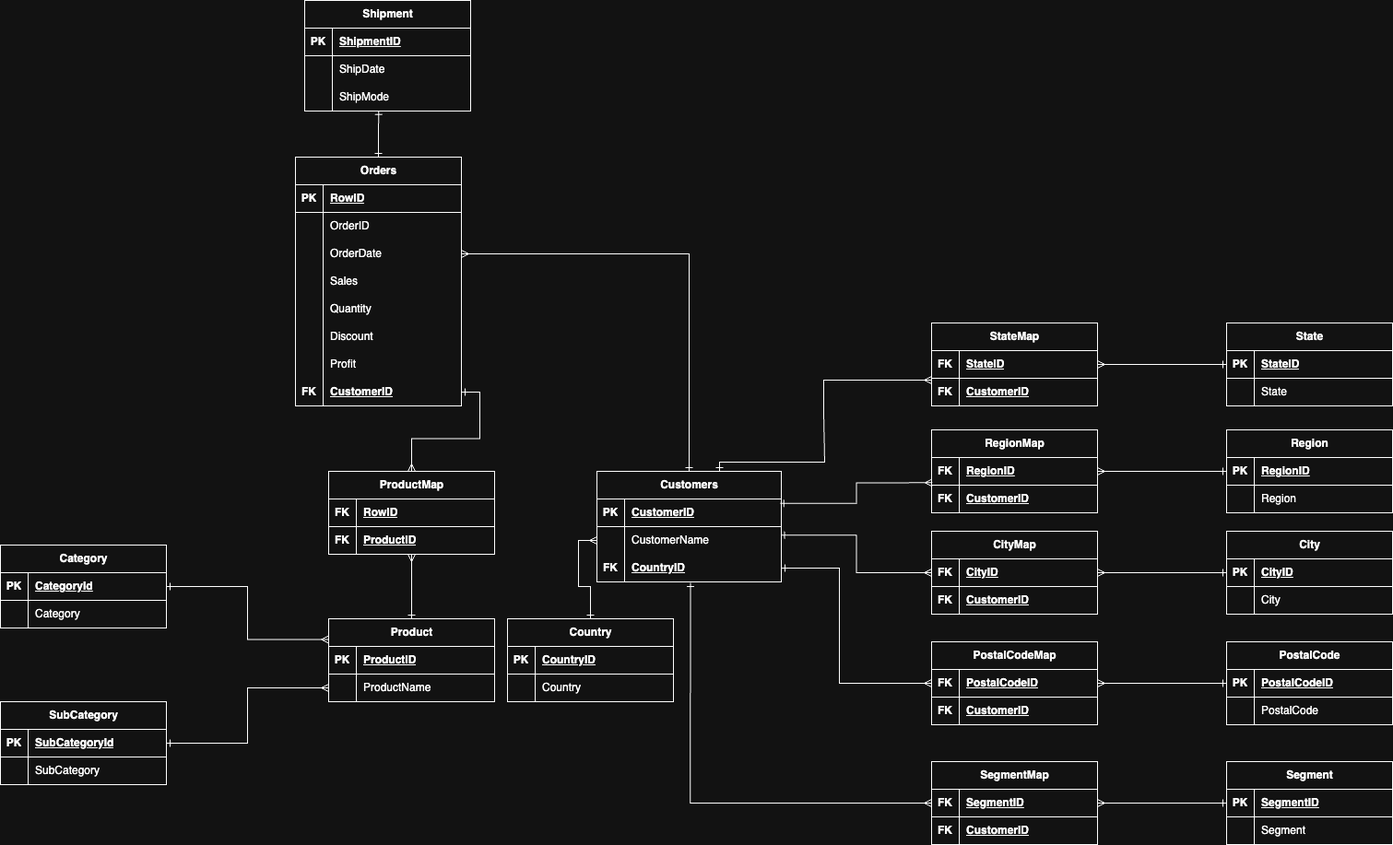
Above: superstore_erd.png in The-DigitalAcademy/superstore_dataset_analysis (draw.io), before the change. Source tidied: cells renumbered, new cells last; positions are measured from the earlier drawing's top-left corner, leaving out a move shared by most shapes.
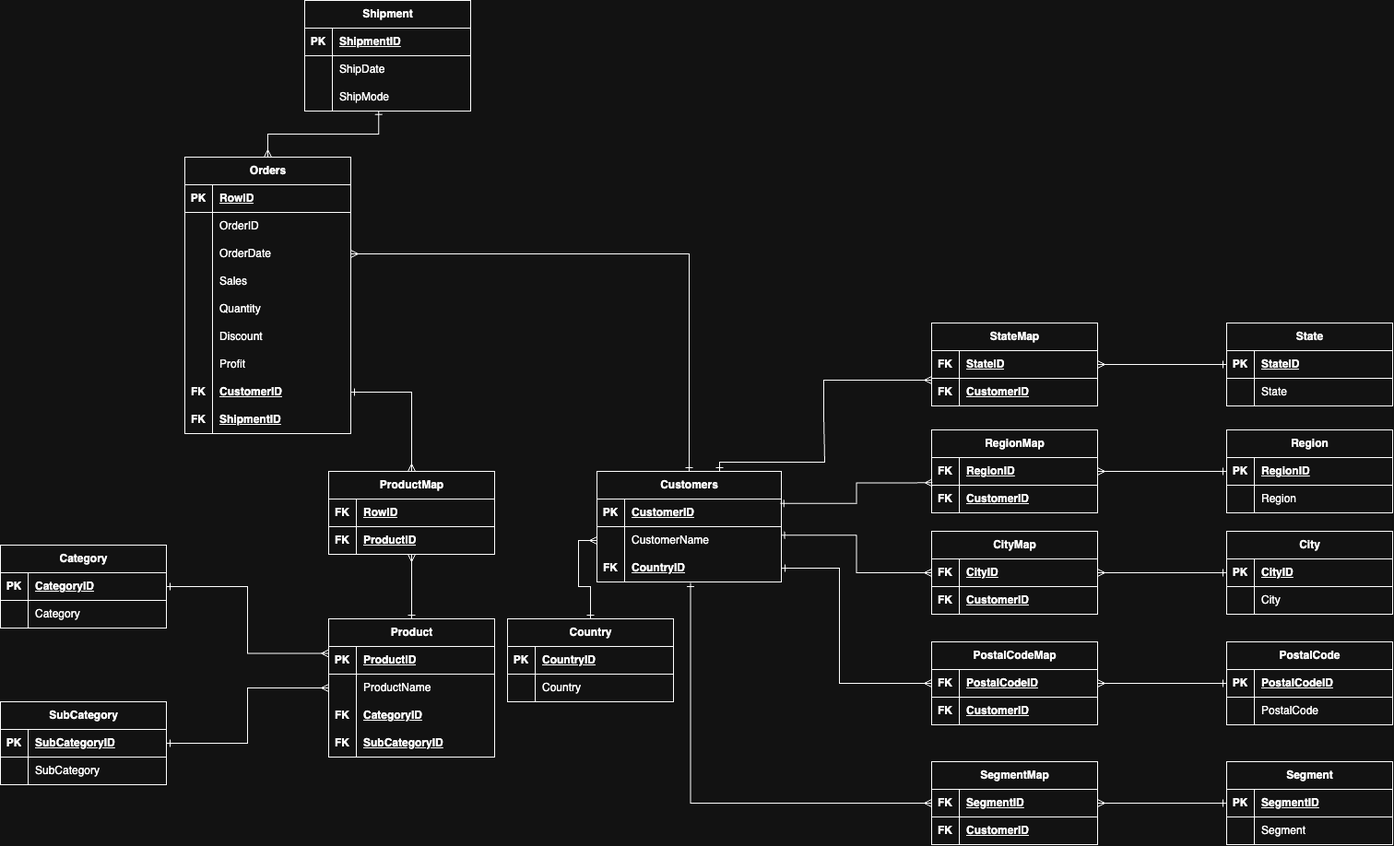
The same file after the commit.

What changed in the source:
```diff
@@ -33,7 +33,7 @@
       <mxGeometry x="30" width="170" height="30" as="geometry" />
     </mxCell>
     <mxCell id="12" value="Orders" style="shape=table;startSize=30;rowLines=0;fontStyle=1;align=center;html=1;" parent="1" vertex="1">
-      <mxGeometry x="320" y="170" width="180" height="270" as="geometry" />
+      <mxGeometry x="200" y="170" width="180" height="300" as="geometry" />
     </mxCell>
     <mxCell id="13" style="shape=tableRow;horizontal=0;startSize=0;swimlaneHead=0;swimlaneBody=0;fillColor=none;top=0;left=0;right=0;bottom=1;" parent="12" vertex="1">
       <mxGeometry y="30" width="180" height="30" as="geometry" />
@@ -107,11 +107,20 @@
     <mxCell id="36" value="&lt;b&gt;&lt;u&gt;CustomerID&lt;/u&gt;&lt;/b&gt;" style="shape=partialRectangle;fillColor=none;top=0;left=0;bottom=0;right=0;align=left;spacingLeft=6;overflow=hidden;whiteSpace=wrap;html=1;" parent="34" vertex="1">
       <mxGeometry x="30" width="150" height="30" as="geometry" />
     </mxCell>
+    <mxCell id="169" style="shape=tableRow;horizontal=0;startSize=0;swimlaneHead=0;swimlaneBody=0;fillColor=none;top=0;left=0;right=0;bottom=0;" parent="12" vertex="1">
+      <mxGeometry y="270" width="180" height="30" as="geometry" />
+    </mxCell>
+    <mxCell id="170" value="&lt;b&gt;FK&lt;/b&gt;" style="shape=partialRectangle;fillColor=none;top=0;left=0;bottom=0;right=0;overflow=hidden;whiteSpace=wrap;html=1;" parent="169" vertex="1">
+      <mxGeometry width="30" height="30" as="geometry" />
+    </mxCell>
+    <mxCell id="171" value="&lt;b&gt;&lt;u&gt;ShipmentID&lt;/u&gt;&lt;/b&gt;" style="shape=partialRectangle;fillColor=none;top=0;left=0;bottom=0;right=0;align=left;spacingLeft=6;overflow=hidden;whiteSpace=wrap;html=1;" parent="169" vertex="1">
+      <mxGeometry x="30" width="150" height="30" as="geometry" />
+    </mxCell>
     <mxCell id="37" style="edgeStyle=orthogonalEdgeStyle;rounded=0;jettySize=auto;html=1;exitX=0.5;exitY=0;exitDx=0;exitDy=0;entryX=0.5;entryY=1;entryDx=0;entryDy=0;endArrow=ERmany;endFill=0;startArrow=ERone;startFill=0;" parent="1" edge="1" source="38" target="154">
       <mxGeometry relative="1" as="geometry" />
     </mxCell>
     <mxCell id="38" value="Product" style="shape=table;startSize=30;rowLines=0;fontStyle=1;align=center;html=1;" parent="1" vertex="1">
-      <mxGeometry x="356" y="671" width="180" height="90" as="geometry" />
+      <mxGeometry x="356" y="671" width="180" height="150" as="geometry" />
     </mxCell>
     <mxCell id="39" style="shape=tableRow;horizontal=0;startSize=0;swimlaneHead=0;swimlaneBody=0;fillColor=none;top=0;left=0;right=0;bottom=1;" parent="38" vertex="1">
       <mxGeometry y="30" width="180" height="30" as="geometry" />
@@ -131,6 +140,24 @@
     <mxCell id="44" value="ProductName" style="shape=partialRectangle;fillColor=none;top=0;left=0;bottom=0;right=0;align=left;spacingLeft=6;overflow=hidden;whiteSpace=wrap;html=1;" parent="42" vertex="1">
       <mxGeometry x="30" width="150" height="30" as="geometry" />
     </mxCell>
+    <mxCell id="172" style="shape=tableRow;horizontal=0;startSize=0;swimlaneHead=0;swimlaneBody=0;fillColor=none;top=0;left=0;right=0;bottom=0;" parent="38" vertex="1">
+      <mxGeometry y="90" width="180" height="30" as="geometry" />
+    </mxCell>
+    <mxCell id="173" value="&lt;b&gt;FK&lt;/b&gt;" style="shape=partialRectangle;fillColor=none;top=0;left=0;bottom=0;right=0;overflow=hidden;whiteSpace=wrap;html=1;" parent="172" vertex="1">
+      <mxGeometry width="30" height="30" as="geometry" />
+    </mxCell>
+    <mxCell id="174" value="&lt;b&gt;&lt;u&gt;CategoryID&lt;/u&gt;&lt;/b&gt;" style="shape=partialRectangle;fillColor=none;top=0;left=0;bottom=0;right=0;align=left;spacingLeft=6;overflow=hidden;whiteSpace=wrap;html=1;" parent="172" vertex="1">
+      <mxGeometry x="30" width="150" height="30" as="geometry" />
+    </mxCell>
+    <mxCell id="175" style="shape=tableRow;horizontal=0;startSize=0;swimlaneHead=0;swimlaneBody=0;fillColor=none;top=0;left=0;right=0;bottom=0;" parent="38" vertex="1">
+      <mxGeometry y="120" width="180" height="30" as="geometry" />
+    </mxCell>
+    <mxCell id="176" value="&lt;b&gt;FK&lt;/b&gt;" style="shape=partialRectangle;fillColor=none;top=0;left=0;bottom=0;right=0;overflow=hidden;whiteSpace=wrap;html=1;" parent="175" vertex="1">
+      <mxGeometry width="30" height="30" as="geometry" />
+    </mxCell>
+    <mxCell id="177" value="&lt;b&gt;&lt;u&gt;SubCategoryID&lt;/u&gt;&lt;/b&gt;" style="shape=partialRectangle;fillColor=none;top=0;left=0;bottom=0;right=0;align=left;spacingLeft=6;overflow=hidden;whiteSpace=wrap;html=1;" parent="175" vertex="1">
+      <mxGeometry x="30" width="150" height="30" as="geometry" />
+    </mxCell>
     <mxCell id="45" value="State" style="shape=table;startSize=30;rowLines=0;fontStyle=1;align=center;html=1;" parent="1" vertex="1">
       <mxGeometry x="1330" y="350" width="180" height="90" as="geometry" />
     </mxCell>
@@ -254,7 +281,7 @@
     <mxCell id="85" value="PK" style="shape=partialRectangle;fillColor=none;top=0;left=0;bottom=0;right=0;fontStyle=1;overflow=hidden;whiteSpace=wrap;html=1;" parent="84" vertex="1">
       <mxGeometry width="30" height="30" as="geometry" />
     </mxCell>
-    <mxCell id="86" value="CategoryId" style="shape=partialRectangle;fillColor=none;top=0;left=0;bottom=0;right=0;align=left;spacingLeft=6;fontStyle=5;overflow=hidden;whiteSpace=wrap;html=1;" parent="84" vertex="1">
+    <mxCell id="86" value="CategoryID" style="shape=partialRectangle;fillColor=none;top=0;left=0;bottom=0;right=0;align=left;spacingLeft=6;fontStyle=5;overflow=hidden;whiteSpace=wrap;html=1;" parent="84" vertex="1">
       <mxGeometry x="30" width="150" height="30" as="geometry" />
     </mxCell>
     <mxCell id="87" style="shape=tableRow;horizontal=0;startSize=0;swimlaneHead=0;swimlaneBody=0;fillColor=none;top=0;left=0;right=0;bottom=0;" parent="83" vertex="1">
@@ -275,7 +302,7 @@
     <mxCell id="92" value="PK" style="shape=partialRectangle;fillColor=none;top=0;left=0;bottom=0;right=0;fontStyle=1;overflow=hidden;whiteSpace=wrap;html=1;" parent="91" vertex="1">
       <mxGeometry width="30" height="30" as="geometry" />
     </mxCell>
-    <mxCell id="93" value="SubCategoryId" style="shape=partialRectangle;fillColor=none;top=0;left=0;bottom=0;right=0;align=left;spacingLeft=6;fontStyle=5;overflow=hidden;whiteSpace=wrap;html=1;" parent="91" vertex="1">
+    <mxCell id="93" value="SubCategoryID" style="shape=partialRectangle;fillColor=none;top=0;left=0;bottom=0;right=0;align=left;spacingLeft=6;fontStyle=5;overflow=hidden;whiteSpace=wrap;html=1;" parent="91" vertex="1">
       <mxGeometry x="30" width="150" height="30" as="geometry" />
     </mxCell>
     <mxCell id="94" style="shape=tableRow;horizontal=0;startSize=0;swimlaneHead=0;swimlaneBody=0;fillColor=none;top=0;left=0;right=0;bottom=0;" parent="90" vertex="1">
@@ -455,7 +482,7 @@
     <mxCell id="152" style="edgeStyle=orthogonalEdgeStyle;rounded=0;jettySize=auto;html=1;exitX=0.5;exitY=0;exitDx=0;exitDy=0;entryX=1;entryY=0.5;entryDx=0;entryDy=0;endArrow=ERone;endFill=0;startArrow=ERmany;startFill=0;" parent="1" edge="1" source="154" target="34">
       <mxGeometry relative="1" as="geometry" />
     </mxCell>
-    <mxCell id="153" style="edgeStyle=orthogonalEdgeStyle;rounded=0;jettySize=auto;html=1;exitX=0.5;exitY=0;exitDx=0;exitDy=0;entryX=0.446;entryY=0.992;entryDx=0;entryDy=0;entryPerimeter=0;endArrow=ERone;endFill=0;startArrow=ERone;startFill=0;" parent="1" edge="1" source="12" target="66">
+    <mxCell id="153" style="edgeStyle=orthogonalEdgeStyle;rounded=0;jettySize=auto;html=1;exitX=0.5;exitY=0;exitDx=0;exitDy=0;entryX=0.446;entryY=0.992;entryDx=0;entryDy=0;entryPerimeter=0;endArrow=ERone;endFill=0;startArrow=ERmany;startFill=0;" parent="1" edge="1" source="12" target="66">
       <mxGeometry relative="1" as="geometry" />
     </mxCell>
     <mxCell id="154" value="ProductMap" style="shape=table;startSize=30;rowLines=0;fontStyle=1;align=center;html=1;" parent="1" vertex="1">
```
